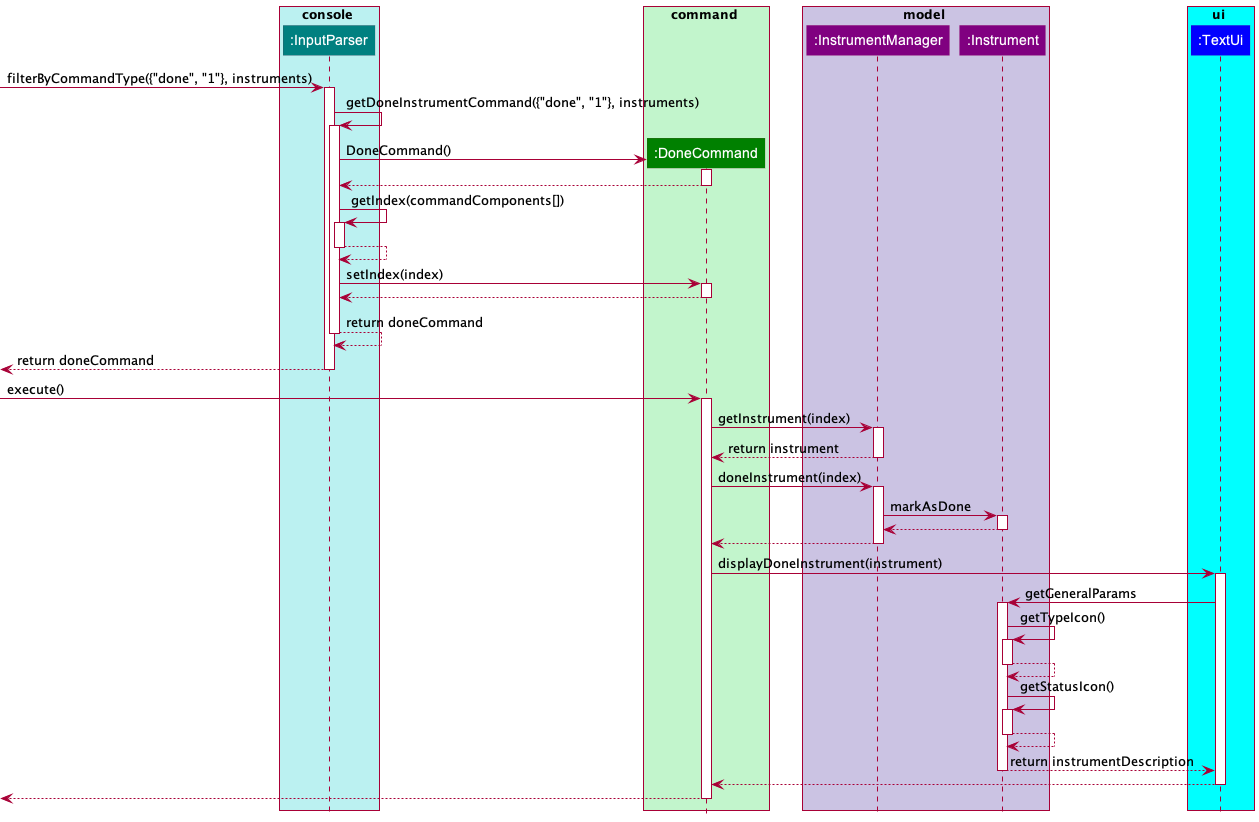
williamlamjy/mTracker keeps this PlantUML diagram as docs/images/DoneCryptoSequenceDiagram.png. Above is the earlier version.
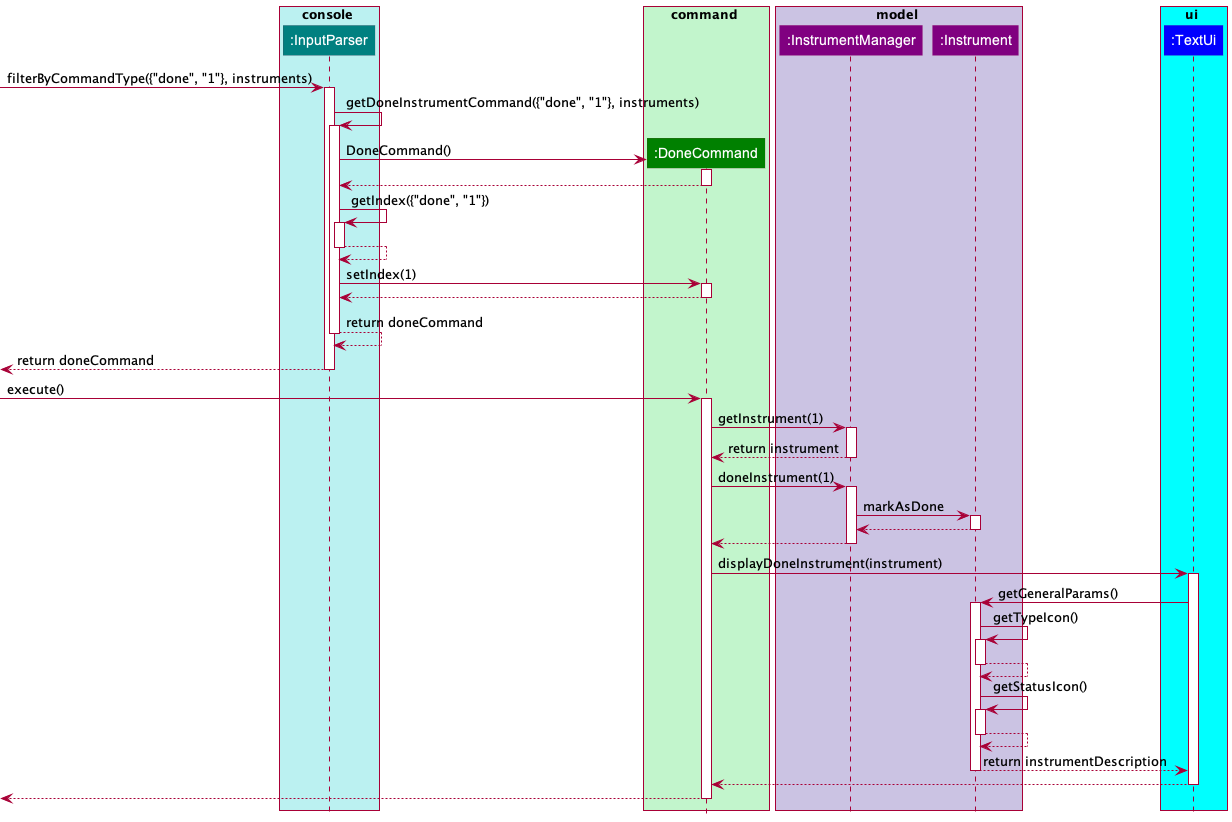
After the change.

What changed in the source:
```diff
@@ -26,17 +26,17 @@
 activate InputParser
 
 create DoneCommand
-InputParser-> DoneCommand :DoneCommand()
+InputParser-> DoneCommand: DoneCommand()
 activate DoneCommand
 DoneCommand --> InputParser
 deactivate DoneCommand
 
-InputParser ->InputParser: getIndex(commandComponents[])
+InputParser ->InputParser: getIndex({"done", "1"})
 activate InputParser
 InputParser --> InputParser
 deactivate InputParser
 
-InputParser ->DoneCommand: setIndex(index)
+InputParser ->DoneCommand: setIndex(1)
 activate DoneCommand
 
 DoneCommand--> InputParser
@@ -52,14 +52,14 @@
 activate DoneCommand
 
 
-DoneCommand-> InstrumentManager: getInstrument(index)
+DoneCommand-> InstrumentManager: getInstrument(1)
 activate InstrumentManager
 
 
 InstrumentManager--> DoneCommand: return instrument
 deactivate InstrumentManager
 
-DoneCommand-> InstrumentManager: doneInstrument(index)
+DoneCommand-> InstrumentManager: doneInstrument(1)
 activate InstrumentManager
 
 InstrumentManager-> Instrument: markAsDone
@@ -74,7 +74,7 @@
 DoneCommand-> TextUi: displayDoneInstrument(instrument)
 activate TextUi
 
-TextUi-> Instrument: getGeneralParams
+TextUi-> Instrument: getGeneralParams()
 activate Instrument
 
 Instrument-> Instrument: getTypeIcon()
```
